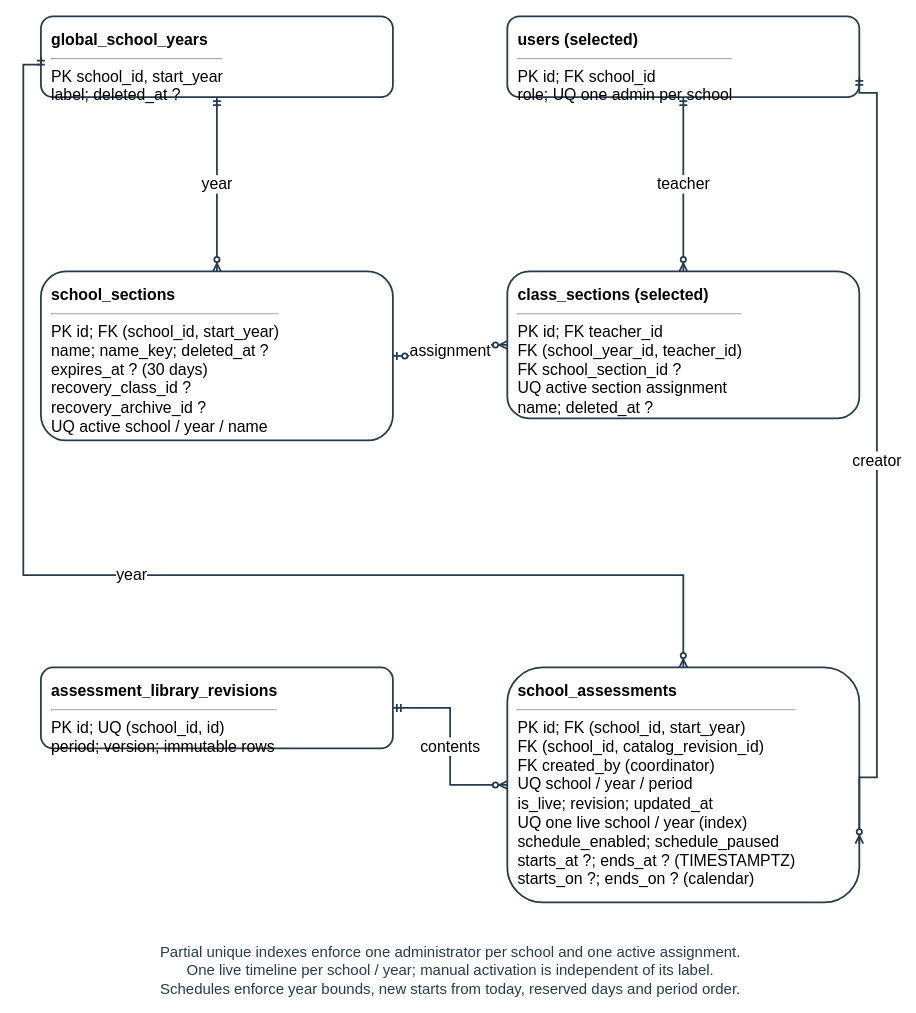
The draw.io diagram docs/diagrams/class-workspaces/figure-26c-school-flow-erd.drawio in AkuSayangKamuJudaSayang/crl-app, before the edit. Source tidied: cells renumbered, new cells numbered last; positions are measured from the earlier drawing's top-left corner, leaving out a move shared by most shapes. Both pictures are drawn from the tidied source at 88%, with x=0, y=0 at pixel (23, 16).
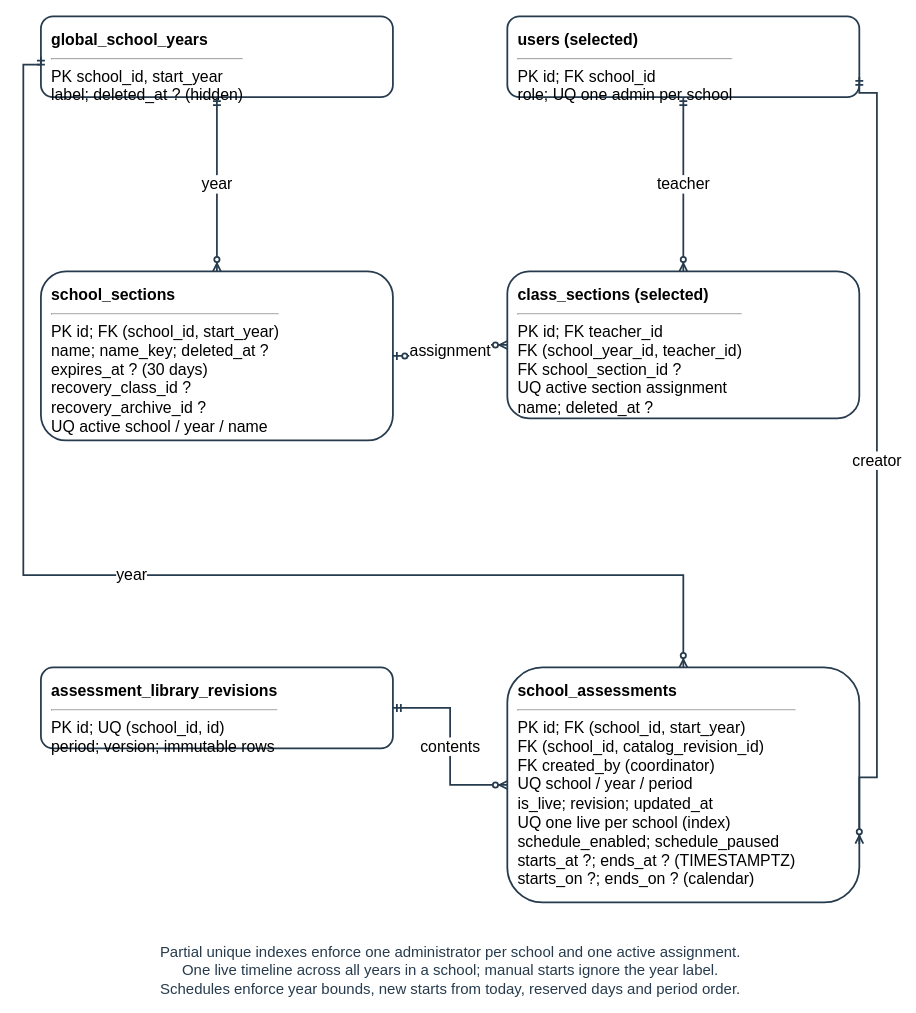
Above is the later version.

Diff of the diagram source:
```diff
@@
 <mxGraphModel>
   <root>
     <mxCell id="0" />
     <mxCell id="1" parent="0" />
-    <mxCell id="2" value="Partial unique indexes enforce one administrator per school and one active assignment.&lt;br&gt;One live timeline per school / year; manual activation is independent of its label.&lt;br&gt;Schedules enforce year bounds, new starts from today, reserved days and period order." style="text;html=1;align=center;verticalAlign=top;fontSize=17;fontColor=#263b4d;fontStyle=0;strokeColor=none;fillColor=none;" parent="1" vertex="1">
+    <mxCell id="2" value="Partial unique indexes enforce one administrator per school and one active assignment.&lt;br&gt;One live timeline across all years in a school; manual starts ignore the year label.&lt;br&gt;Schedules enforce year bounds, new starts from today, reserved days and period order." style="text;html=1;align=center;verticalAlign=top;fontSize=17;fontColor=#263b4d;fontStyle=0;strokeColor=none;fillColor=none;" parent="1" vertex="1">
       <mxGeometry x="185" y="1048" width="600" height="61.2" as="geometry" />
     </mxCell>
-    <mxCell id="3" value="&lt;b&gt;global_school_years&lt;/b&gt;&lt;br&gt;&lt;hr&gt;PK school_id, start_year&lt;br&gt;label; deleted_at ?" style="rounded=1;html=1;whiteSpace=wrap;fillColor=#ffffff;strokeColor=#263b4d;strokeWidth=2;align=left;verticalAlign=top;spacing=12;fontSize=18;" parent="1" vertex="1">
+    <mxCell id="3" value="&lt;b&gt;global_school_years&lt;/b&gt;&lt;br&gt;&lt;hr&gt;PK school_id, start_year&lt;br&gt;label; deleted_at ? (hidden)" style="rounded=1;html=1;whiteSpace=wrap;fillColor=#ffffff;strokeColor=#263b4d;strokeWidth=2;align=left;verticalAlign=top;spacing=12;fontSize=18;" parent="1" vertex="1">
       <mxGeometry x="20" width="400" height="92" as="geometry" />
     </mxCell>
     <mxCell id="4" value="&lt;b&gt;users (selected)&lt;/b&gt;&lt;br&gt;&lt;hr&gt;PK id; FK school_id&lt;br&gt;role; UQ one admin per school" style="rounded=1;html=1;whiteSpace=wrap;fillColor=#ffffff;strokeColor=#263b4d;strokeWidth=2;align=left;verticalAlign=top;spacing=12;fontSize=18;" parent="1" vertex="1">
       <mxGeometry x="550" width="400" height="92" as="geometry" />
     </mxCell>
     <mxCell id="5" value="&lt;b&gt;school_sections&lt;/b&gt;&lt;br&gt;&lt;hr&gt;PK id; FK (school_id, start_year)&lt;br&gt;name; name_key; deleted_at ?&lt;br&gt;expires_at ? (30 days)&lt;br&gt;recovery_class_id ?&lt;br&gt;recovery_archive_id ?&lt;br&gt;UQ active school / year / name" style="rounded=1;html=1;whiteSpace=wrap;fillColor=#ffffff;strokeColor=#263b4d;strokeWidth=2;align=left;verticalAlign=top;spacing=12;fontSize=18;" parent="1" vertex="1">
       <mxGeometry x="20" y="290" width="400" height="192" as="geometry" />
     </mxCell>
     <mxCell id="6" value="&lt;b&gt;class_sections (selected)&lt;/b&gt;&lt;br&gt;&lt;hr&gt;PK id; FK teacher_id&lt;br&gt;FK (school_year_id, teacher_id)&lt;br&gt;FK school_section_id ?&lt;br&gt;UQ active section assignment&lt;br&gt;name; deleted_at ?" style="rounded=1;html=1;whiteSpace=wrap;fillColor=#ffffff;strokeColor=#263b4d;strokeWidth=2;align=left;verticalAlign=top;spacing=12;fontSize=18;" parent="1" vertex="1">
       <mxGeometry x="550" y="290" width="400" height="167" as="geometry" />
     </mxCell>
     <mxCell id="7" value="&lt;b&gt;assessment_library_revisions&lt;/b&gt;&lt;br&gt;&lt;hr&gt;PK id; UQ (school_id, id)&lt;br&gt;period; version; immutable rows" style="rounded=1;html=1;whiteSpace=wrap;fillColor=#ffffff;strokeColor=#263b4d;strokeWidth=2;align=left;verticalAlign=top;spacing=12;fontSize=18;" parent="1" vertex="1">
       <mxGeometry x="20" y="740" width="400" height="92" as="geometry" />
     </mxCell>
-    <mxCell id="8" value="&lt;b&gt;school_assessments&lt;/b&gt;&lt;br&gt;&lt;hr&gt;PK id; FK (school_id, start_year)&lt;br&gt;FK (school_id, catalog_revision_id)&lt;br&gt;FK created_by (coordinator)&lt;br&gt;UQ school / year / period&lt;br&gt;is_live; revision; updated_at&lt;br&gt;UQ one live school / year (index)&lt;br&gt;schedule_enabled; schedule_paused&lt;br&gt;starts_at ?; ends_at ? (TIMESTAMPTZ)&lt;br&gt;starts_on ?; ends_on ? (calendar)" style="rounded=1;html=1;whiteSpace=wrap;fillColor=#ffffff;strokeColor=#263b4d;strokeWidth=2;align=left;verticalAlign=top;spacing=12;fontSize=18;" parent="1" vertex="1">
+    <mxCell id="8" value="&lt;b&gt;school_assessments&lt;/b&gt;&lt;br&gt;&lt;hr&gt;PK id; FK (school_id, start_year)&lt;br&gt;FK (school_id, catalog_revision_id)&lt;br&gt;FK created_by (coordinator)&lt;br&gt;UQ school / year / period&lt;br&gt;is_live; revision; updated_at&lt;br&gt;UQ one live per school (index)&lt;br&gt;schedule_enabled; schedule_paused&lt;br&gt;starts_at ?; ends_at ? (TIMESTAMPTZ)&lt;br&gt;starts_on ?; ends_on ? (calendar)" style="rounded=1;html=1;whiteSpace=wrap;fillColor=#ffffff;strokeColor=#263b4d;strokeWidth=2;align=left;verticalAlign=top;spacing=12;fontSize=18;" parent="1" vertex="1">
       <mxGeometry x="550" y="740" width="400" height="267" as="geometry" />
     </mxCell>
     <mxCell id="9" value="year" style="edgeStyle=orthogonalEdgeStyle;rounded=0;html=1;endArrow=none;strokeColor=#263b4d;strokeWidth=2;exitX=0.5;exitY=1;entryX=0.5;entryY=0;fontSize=18;labelBackgroundColor=#ffffff;startArrow=ERmandOne;endArrow=ERzeroToMany;" parent="1" edge="1" source="3" target="5">
       <mxGeometry relative="1" as="geometry" />
     </mxCell>
     <mxCell id="10" value="teacher" style="edgeStyle=orthogonalEdgeStyle;rounded=0;html=1;endArrow=none;strokeColor=#263b4d;strokeWidth=2;exitX=0.5;exitY=1;entryX=0.5;entryY=0;fontSize=18;labelBackgroundColor=#ffffff;startArrow=ERmandOne;endArrow=ERzeroToMany;" parent="1" edge="1" source="4" target="6">
       <mxGeometry relative="1" as="geometry" />
     </mxCell>
     <mxCell id="11" value="assignment" style="edgeStyle=orthogonalEdgeStyle;rounded=0;html=1;endArrow=none;strokeColor=#263b4d;strokeWidth=2;exitX=1;exitY=0.5;entryX=0;entryY=0.5;fontSize=18;labelBackgroundColor=#ffffff;startArrow=ERzeroToOne;endArrow=ERzeroToMany;" parent="1" edge="1" source="5" target="6">
       <mxGeometry relative="1" as="geometry" />
     </mxCell>
     <mxCell id="12" value="contents" style="edgeStyle=orthogonalEdgeStyle;rounded=0;html=1;endArrow=none;strokeColor=#263b4d;strokeWidth=2;exitX=1;exitY=0.5;entryX=0;entryY=0.5;fontSize=18;labelBackgroundColor=#ffffff;startArrow=ERmandOne;endArrow=ERzeroToMany;" parent="1" edge="1" source="7" target="8">
       <mxGeometry relative="1" as="geometry" />
     </mxCell>
     <mxCell id="13" value="year" style="edgeStyle=orthogonalEdgeStyle;rounded=0;html=1;endArrow=none;strokeColor=#263b4d;strokeWidth=2;exitX=0;exitY=0.5;entryX=0.5;entryY=0;fontSize=18;labelBackgroundColor=#ffffff;startArrow=ERmandOne;endArrow=ERzeroToMany;" parent="1" edge="1" source="3" target="8">
       <mxGeometry relative="1" as="geometry">
         <Array as="points">
           <mxPoint y="55" />
           <mxPoint y="635" />
           <mxPoint x="750" y="635" />
         </Array>
       </mxGeometry>
     </mxCell>
     <mxCell id="14" value="creator" style="edgeStyle=orthogonalEdgeStyle;rounded=0;html=1;endArrow=none;strokeColor=#263b4d;strokeWidth=2;exitX=1;exitY=0.75;entryX=1;entryY=0.75;fontSize=18;labelBackgroundColor=#ffffff;startArrow=ERmandOne;endArrow=ERzeroToMany;" parent="1" edge="1" source="4" target="8">
       <mxGeometry relative="1" as="geometry">
         <Array as="points">
           <mxPoint x="970" y="87" />
           <mxPoint x="970" y="865" />
         </Array>
       </mxGeometry>
     </mxCell>
   </root>
 </mxGraphModel>
```
